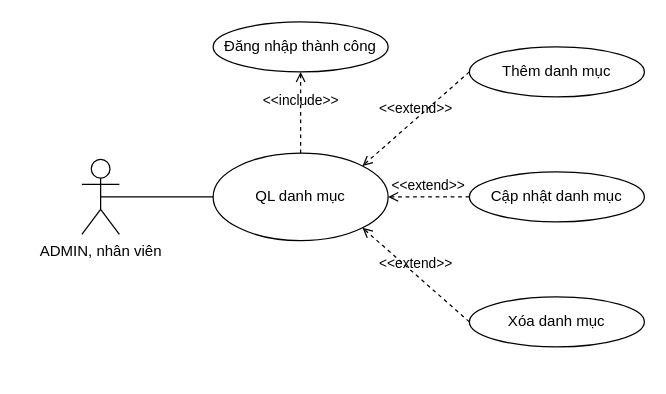
Above: UC/UC_QUANLYDANHMUC.drawio in hieuNV0871/da (draw.io), before the change. Source tidied: cells renumbered, new cells numbered last; positions are measured from the earlier drawing's top-left corner, leaving out a move shared by most shapes. Both pictures are drawn from the tidied source at 125%, with x=0, y=0 at pixel (81, 21).
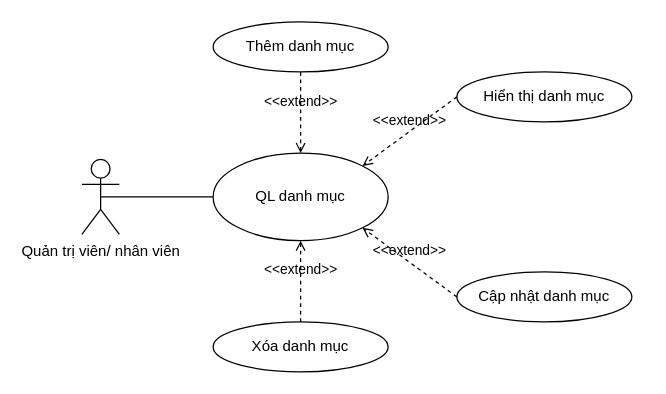
Above is the later version.

The edit, as a diff of the source:
```diff
@@
 <mxGraphModel>
   <root>
     <mxCell id="0" />
     <mxCell id="1" parent="0" />
-    <mxCell id="2" value="ADMIN, nhân viên" style="shape=umlActor;verticalLabelPosition=bottom;verticalAlign=top;html=1;" parent="1" vertex="1">
+    <mxCell id="2" value="Quản trị viên/ nhân viên" style="shape=umlActor;verticalLabelPosition=bottom;verticalAlign=top;html=1;" parent="1" vertex="1">
       <mxGeometry y="110" width="30" height="60" as="geometry" />
     </mxCell>
     <mxCell id="3" value="QL danh mục" style="ellipse;whiteSpace=wrap;html=1;" parent="1" vertex="1">
       <mxGeometry x="105" y="105" width="140" height="70" as="geometry" />
     </mxCell>
-    <mxCell id="4" value="Đăng nhập thành công" style="ellipse;whiteSpace=wrap;html=1;" parent="1" vertex="1">
-      <mxGeometry x="105" width="140" height="40" as="geometry" />
-    </mxCell>
     <mxCell id="5" value="Thêm danh mục" style="ellipse;whiteSpace=wrap;html=1;" parent="1" vertex="1">
-      <mxGeometry x="310" y="20" width="140" height="40" as="geometry" />
+      <mxGeometry x="105" width="140" height="40" as="geometry" />
     </mxCell>
     <mxCell id="6" value="Xóa danh mục" style="ellipse;whiteSpace=wrap;html=1;" parent="1" vertex="1">
-      <mxGeometry x="310" y="220" width="140" height="40" as="geometry" />
+      <mxGeometry x="105" y="240" width="140" height="40" as="geometry" />
     </mxCell>
     <mxCell id="7" value="Cập nhật danh mục" style="ellipse;whiteSpace=wrap;html=1;" parent="1" vertex="1">
-      <mxGeometry x="310" y="120" width="140" height="40" as="geometry" />
+      <mxGeometry x="300" y="200" width="140" height="40" as="geometry" />
     </mxCell>
-    <mxCell id="8" value="&amp;lt;&amp;lt;extend&amp;gt;&amp;gt;" style="html=1;verticalAlign=bottom;labelBackgroundColor=none;endArrow=open;endFill=0;dashed=1;rounded=0;entryX=1;entryY=0;entryDx=0;entryDy=0;exitX=0;exitY=0.5;exitDx=0;exitDy=0;" parent="1" edge="1" source="5" target="3">
+    <mxCell id="8" value="&amp;lt;&amp;lt;extend&amp;gt;&amp;gt;" style="html=1;verticalAlign=bottom;labelBackgroundColor=none;endArrow=open;endFill=0;dashed=1;rounded=0;entryX=0.5;entryY=0;entryDx=0;entryDy=0;exitX=0.5;exitY=1;exitDx=0;exitDy=0;" parent="1" edge="1" source="5" target="3">
       <mxGeometry relative="1" as="geometry" />
     </mxCell>
-    <mxCell id="9" value="&amp;lt;&amp;lt;extend&amp;gt;&amp;gt;" style="html=1;verticalAlign=bottom;labelBackgroundColor=none;endArrow=open;endFill=0;dashed=1;rounded=0;entryX=1;entryY=0.5;entryDx=0;entryDy=0;exitX=0;exitY=0.5;exitDx=0;exitDy=0;" parent="1" edge="1" source="7" target="3">
+    <mxCell id="9" value="&amp;lt;&amp;lt;extend&amp;gt;&amp;gt;" style="html=1;verticalAlign=bottom;labelBackgroundColor=none;endArrow=open;endFill=0;dashed=1;rounded=0;entryX=1;entryY=1;entryDx=0;entryDy=0;exitX=0;exitY=0.5;exitDx=0;exitDy=0;" parent="1" edge="1" source="7" target="3">
       <mxGeometry relative="1" as="geometry" />
     </mxCell>
-    <mxCell id="10" value="&amp;lt;&amp;lt;extend&amp;gt;&amp;gt;" style="html=1;verticalAlign=bottom;labelBackgroundColor=none;endArrow=open;endFill=0;dashed=1;rounded=0;entryX=1;entryY=1;entryDx=0;entryDy=0;exitX=0;exitY=0.5;exitDx=0;exitDy=0;" parent="1" edge="1" source="6" target="3">
+    <mxCell id="10" value="&amp;lt;&amp;lt;extend&amp;gt;&amp;gt;" style="html=1;verticalAlign=bottom;labelBackgroundColor=none;endArrow=open;endFill=0;dashed=1;rounded=0;entryX=0.5;entryY=1;entryDx=0;entryDy=0;exitX=0.5;exitY=0;exitDx=0;exitDy=0;" parent="1" edge="1" source="6" target="3">
       <mxGeometry relative="1" as="geometry" />
     </mxCell>
-    <mxCell id="11" value="&amp;lt;&amp;lt;include&amp;gt;&amp;gt;" style="html=1;verticalAlign=bottom;labelBackgroundColor=none;endArrow=open;endFill=0;dashed=1;rounded=0;exitX=0.5;exitY=0;exitDx=0;exitDy=0;entryX=0.5;entryY=1;entryDx=0;entryDy=0;" parent="1" edge="1" source="3" target="4">
-      <mxGeometry relative="1" as="geometry" />
-    </mxCell>
     <mxCell id="12" style="endArrow=none;html=1;rounded=0;exitX=0.5;exitY=0.5;exitDx=0;exitDy=0;exitPerimeter=0;entryX=0;entryY=0.5;entryDx=0;entryDy=0;" parent="1" edge="1" source="2" target="3">
       <mxGeometry relative="1" as="geometry" />
     </mxCell>
+    <mxCell id="13" value="Hiển thị danh mục" style="ellipse;whiteSpace=wrap;html=1;" parent="1" vertex="1">
+      <mxGeometry x="300" y="40" width="140" height="40" as="geometry" />
+    </mxCell>
+    <mxCell id="14" value="&amp;lt;&amp;lt;extend&amp;gt;&amp;gt;" style="html=1;verticalAlign=bottom;labelBackgroundColor=none;endArrow=open;endFill=0;dashed=1;rounded=0;entryX=1;entryY=0;entryDx=0;entryDy=0;exitX=0;exitY=0.5;exitDx=0;exitDy=0;" parent="1" edge="1" source="13" target="3">
+      <mxGeometry relative="1" as="geometry" />
+    </mxCell>
   </root>
 </mxGraphModel>
```
